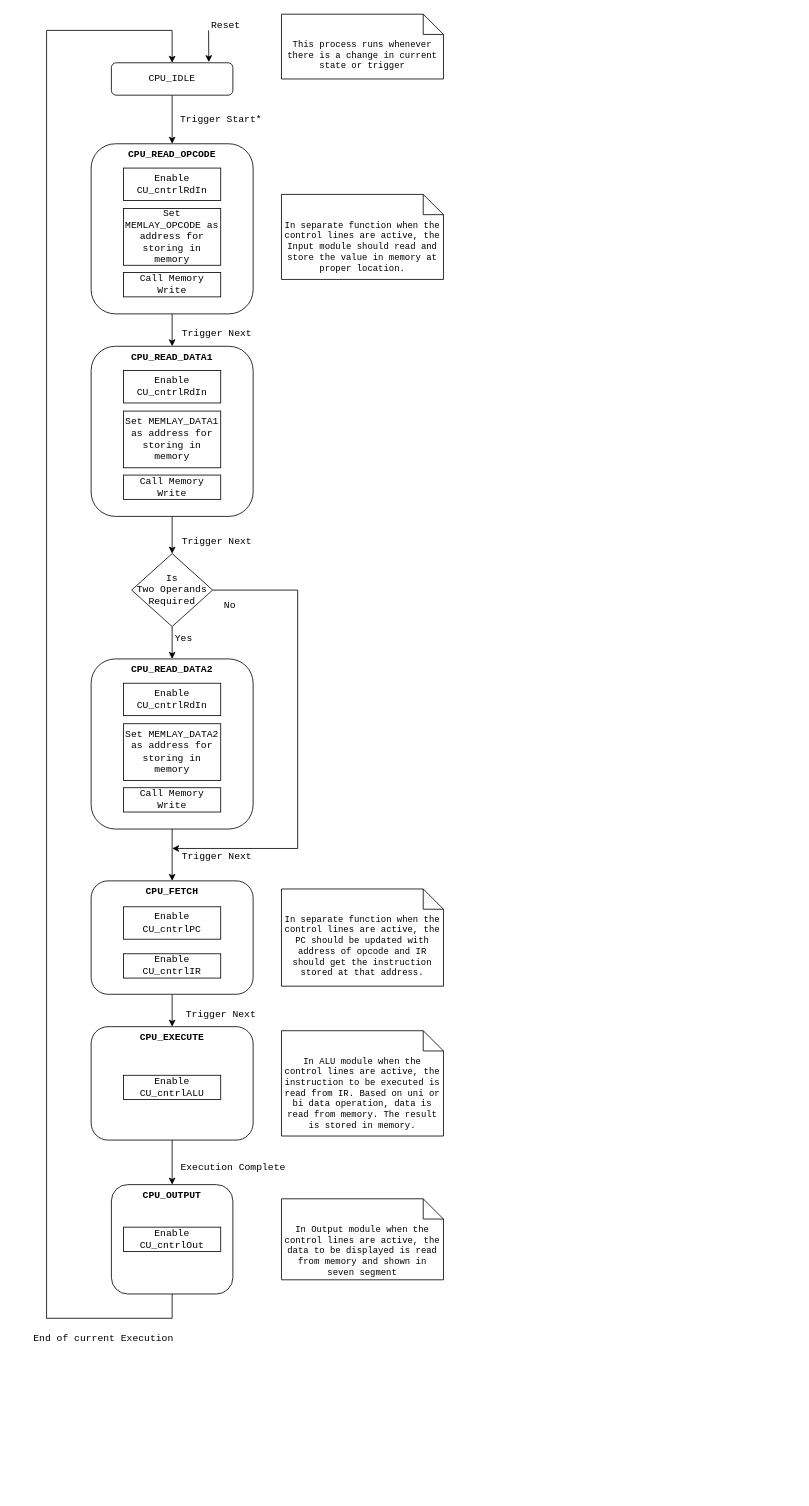
This is page "CU State Flow" (1 of 4) of 04_ControlUnit_v1/Untitled Diagram.drawio from Vichu95/Basic_CPU_FPGA, a draw.io file, before an edit. Source tidied: cells renumbered, new cells numbered last; positions are measured from the earlier drawing's top-left corner, leaving out a move shared by most shapes. Both pictures are drawn from the tidied source at 81%, with x=0, y=0 at pixel (22, 14).
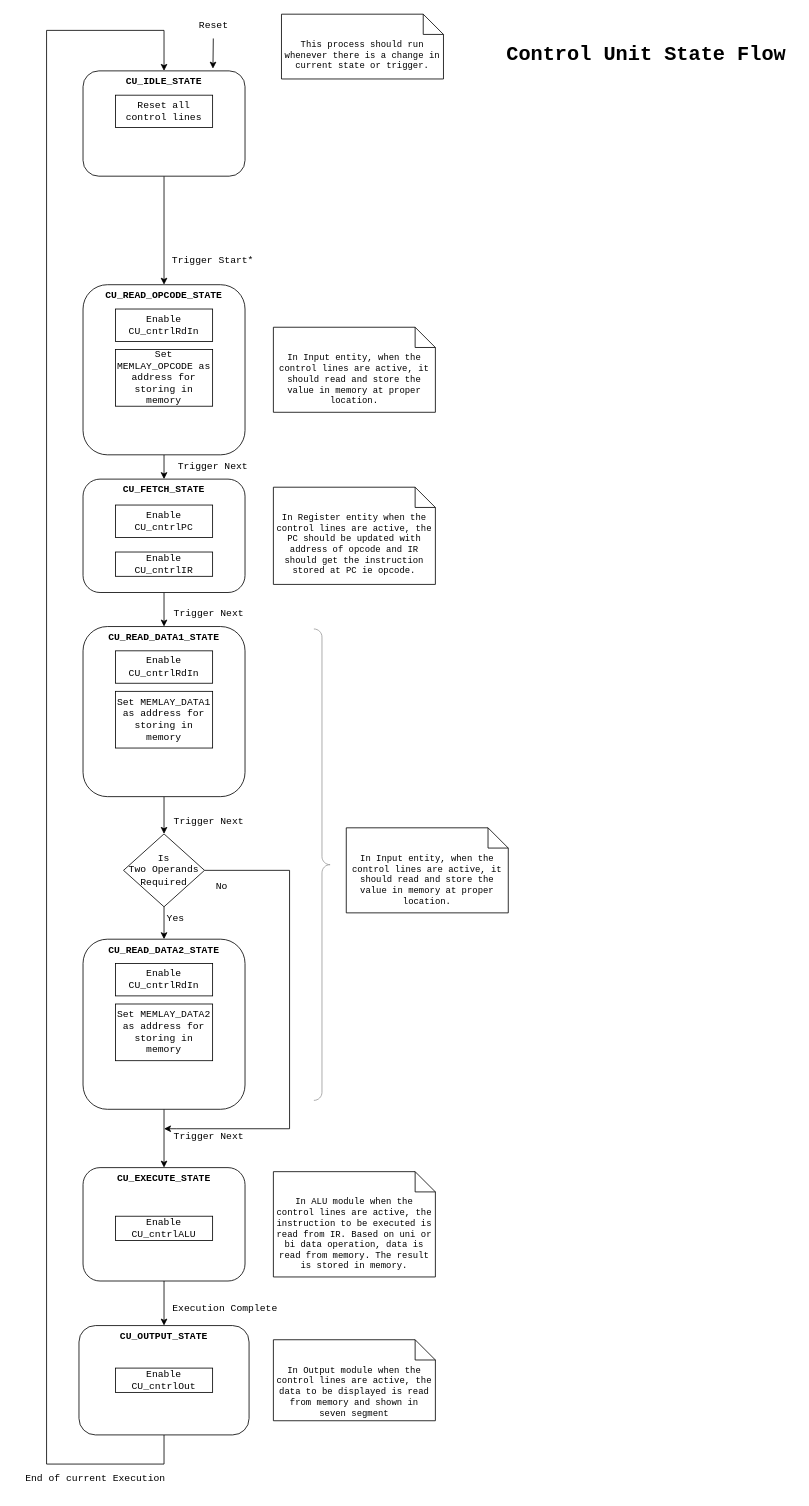
The same page after the edit.

Commit message (it also covers changes not shown here):
Added Register to Block Diagram, its flow, overal updated CU

The edit, as a diff of the source:
```diff
@@
-    <mxCell id="3" value="CPU_IDLE" style="rounded=1;whiteSpace=wrap;html=1;fontSize=12;glass=0;strokeWidth=1;shadow=0;fontFamily=Courier New;" parent="1" vertex="1">
-      <mxGeometry x="110" y="60" width="150" height="40" as="geometry" />
+    <mxCell id="3" value="CU_IDLE_STATE" style="rounded=1;whiteSpace=wrap;html=1;fontSize=12;glass=0;strokeWidth=1;shadow=0;fontFamily=Courier New;fontStyle=1;verticalAlign=top;" parent="1" vertex="1">
+      <mxGeometry x="75" y="70" width="200" height="130" as="geometry" />
     </mxCell>
-    <mxCell id="4" style="edgeStyle=orthogonalEdgeStyle;rounded=0;jettySize=auto;html=1;exitX=0.5;exitY=1;exitDx=0;exitDy=0;entryX=0.5;entryY=0;entryDx=0;entryDy=0;fontFamily=Courier New;" parent="1" edge="1" source="5" target="27">
-      <mxGeometry relative="1" as="geometry" />
-    </mxCell>
+    <mxCell id="48" style="edgeStyle=none;rounded=0;jettySize=auto;html=1;exitX=0.5;exitY=1;exitDx=0;exitDy=0;entryX=0.5;entryY=0;entryDx=0;entryDy=0;strokeWidth=1;fontFamily=Courier New;fontSize=13;startArrow=none;startFill=0;endArrow=classic;endFill=1;startSize=6;endSize=6;sourcePerimeterSpacing=0;targetPerimeterSpacing=0;" parent="1" edge="1" source="5" target="51">
+      <mxGeometry relative="1" as="geometry" />
+    </mxCell>
-    <mxCell id="5" value="CPU_READ_OPCODE" style="rounded=1;whiteSpace=wrap;html=1;fontSize=12;glass=0;strokeWidth=1;shadow=0;verticalAlign=top;fontStyle=1;fontFamily=Courier New;" parent="1" vertex="1">
-      <mxGeometry x="85" y="160" width="200" height="210" as="geometry" />
+    <mxCell id="5" value="CU_READ_OPCODE_STATE" style="rounded=1;whiteSpace=wrap;html=1;fontSize=12;glass=0;strokeWidth=1;shadow=0;verticalAlign=top;fontStyle=1;fontFamily=Courier New;" parent="1" vertex="1">
+      <mxGeometry x="75" y="334" width="200" height="210" as="geometry" />
     </mxCell>
@@
-    <mxCell id="8" value="CPU_EXECUTE" style="rounded=1;whiteSpace=wrap;html=1;fontSize=12;glass=0;strokeWidth=1;shadow=0;fontFamily=Courier New;verticalAlign=top;fontStyle=1;" parent="1" vertex="1">
-      <mxGeometry x="85" y="1250" width="200" height="140" as="geometry" />
+    <mxCell id="8" value="CU_EXECUTE_STATE" style="rounded=1;whiteSpace=wrap;html=1;fontSize=12;glass=0;strokeWidth=1;shadow=0;fontFamily=Courier New;verticalAlign=top;fontStyle=1;" parent="1" vertex="1">
+      <mxGeometry x="75" y="1424" width="200" height="140" as="geometry" />
     </mxCell>
     <mxCell id="9" style="edgeStyle=orthogonalEdgeStyle;rounded=0;jettySize=auto;html=1;exitX=0.5;exitY=1;exitDx=0;exitDy=0;entryX=0.5;entryY=0;entryDx=0;entryDy=0;fontFamily=Courier New;" parent="1" edge="1" source="10" target="3">
       <mxGeometry relative="1" as="geometry">
         <Array as="points">
-          <mxPoint x="185" y="1610" />
-          <mxPoint x="30" y="1610" />
+          <mxPoint x="175" y="1790" />
+          <mxPoint x="30" y="1790" />
           <mxPoint x="30" y="20" />
-          <mxPoint x="185" y="20" />
+          <mxPoint x="175" y="20" />
         </Array>
       </mxGeometry>
     </mxCell>
-    <mxCell id="10" value="CPU_OUTPUT" style="rounded=1;whiteSpace=wrap;html=1;fontSize=12;glass=0;strokeWidth=1;shadow=0;fontFamily=Courier New;verticalAlign=top;fontStyle=1;" parent="1" vertex="1">
-      <mxGeometry x="110" y="1445" width="150" height="135" as="geometry" />
+    <mxCell id="10" value="CU_OUTPUT_STATE" style="rounded=1;whiteSpace=wrap;html=1;fontSize=12;glass=0;strokeWidth=1;shadow=0;fontFamily=Courier New;verticalAlign=top;fontStyle=1;" parent="1" vertex="1">
+      <mxGeometry x="70" y="1619" width="210" height="135" as="geometry" />
     </mxCell>
     <mxCell id="11" value="Trigger Start*" style="text;html=1;align=center;verticalAlign=middle;strokeColor=none;fillColor=none;fontFamily=Courier New;" parent="1" vertex="1">
-      <mxGeometry x="185" y="116" width="120" height="30" as="geometry" />
+      <mxGeometry x="175" y="290" width="120" height="30" as="geometry" />
     </mxCell>
     <mxCell id="12" value="Trigger Next" style="text;html=1;align=center;verticalAlign=middle;strokeColor=none;fillColor=none;fontFamily=Courier New;" parent="1" vertex="1">
-      <mxGeometry x="185" y="380" width="110" height="30" as="geometry" />
+      <mxGeometry x="175" y="726" width="110" height="30" as="geometry" />
     </mxCell>
@@
     <mxCell id="14" style="edgeStyle=orthogonalEdgeStyle;rounded=0;jettySize=auto;html=1;exitX=1;exitY=0.5;exitDx=0;exitDy=0;fontFamily=Courier New;" parent="1" edge="1" source="15">
       <mxGeometry relative="1" as="geometry">
-        <mxPoint x="185" y="1030" as="targetPoint" />
+        <mxPoint x="175" y="1376" as="targetPoint" />
         <Array as="points">
-          <mxPoint x="340" y="711" />
-          <mxPoint x="340" y="1030" />
-          <mxPoint x="200" y="1030" />
+          <mxPoint x="330" y="1057" />
+          <mxPoint x="330" y="1376" />
+          <mxPoint x="190" y="1376" />
         </Array>
       </mxGeometry>
     </mxCell>
     <mxCell id="15" value="Is &lt;br&gt;Two Operands Required" style="rhombus;whiteSpace=wrap;html=1;fontFamily=Courier New;" parent="1" vertex="1">
-      <mxGeometry x="135" y="666" width="100" height="90" as="geometry" />
+      <mxGeometry x="125" y="1012" width="100" height="90" as="geometry" />
     </mxCell>
     <mxCell id="16" value="Yes" style="text;html=1;align=center;verticalAlign=middle;strokeColor=none;fillColor=none;fontFamily=Courier New;" parent="1" vertex="1">
-      <mxGeometry x="174" y="756" width="50" height="30" as="geometry" />
+      <mxGeometry x="164" y="1102" width="50" height="30" as="geometry" />
     </mxCell>
     <mxCell id="17" value="No" style="text;html=1;align=center;verticalAlign=middle;strokeColor=none;fillColor=none;fontFamily=Courier New;" parent="1" vertex="1">
-      <mxGeometry x="236" y="716" width="40" height="30" as="geometry" />
+      <mxGeometry x="226" y="1062" width="40" height="30" as="geometry" />
     </mxCell>
     <mxCell id="18" value="Trigger Next" style="text;html=1;align=center;verticalAlign=middle;strokeColor=none;fillColor=none;fontFamily=Courier New;" parent="1" vertex="1">
-      <mxGeometry x="185" y="636" width="110" height="30" as="geometry" />
+      <mxGeometry x="175" y="982" width="110" height="30" as="geometry" />
     </mxCell>
     <mxCell id="19" value="Trigger Next" style="text;html=1;align=center;verticalAlign=middle;strokeColor=none;fillColor=none;fontFamily=Courier New;" parent="1" vertex="1">
-      <mxGeometry x="185" y="1025" width="110" height="30" as="geometry" />
+      <mxGeometry x="175" y="1371" width="110" height="30" as="geometry" />
     </mxCell>
     <mxCell id="20" value="Execution Complete" style="text;html=1;align=center;verticalAlign=middle;strokeColor=none;fillColor=none;fontFamily=Courier New;" parent="1" vertex="1">
-      <mxGeometry x="185" y="1410" width="150" height="30" as="geometry" />
+      <mxGeometry x="175" y="1584" width="150" height="30" as="geometry" />
     </mxCell>
     <mxCell id="21" value="End of current Execution" style="text;html=1;align=center;verticalAlign=middle;strokeColor=none;fillColor=none;fontFamily=Courier New;" parent="1" vertex="1">
-      <mxGeometry y="1620" width="200" height="30" as="geometry" />
+      <mxGeometry x="-10" y="1794" width="200" height="30" as="geometry" />
     </mxCell>
-    <mxCell id="22" style="endArrow=classic;html=1;rounded=0;entryX=0.802;entryY=-0.021;entryDx=0;entryDy=0;entryPerimeter=0;fontFamily=Courier New;" parent="1" edge="1" target="3">
-      <mxGeometry relative="1" as="geometry">
-        <mxPoint x="230" y="20" as="sourcePoint" />
-      </mxGeometry>
+    <mxCell id="22" style="endArrow=classic;html=1;rounded=0;entryX=0.802;entryY=-0.021;entryDx=0;entryDy=0;entryPerimeter=0;fontFamily=Courier New;" parent="1" edge="1" source="23" target="3">
+      <mxGeometry relative="1" as="geometry" />
     </mxCell>
     <mxCell id="23" value="Reset" style="text;html=1;align=center;verticalAlign=middle;points=[];strokeColor=none;fillColor=none;fontFamily=Courier New;" parent="1" vertex="1">
-      <mxGeometry x="221" width="60" height="30" as="geometry" />
+      <mxGeometry x="206" width="60" height="30" as="geometry" />
     </mxCell>
     <mxCell id="24" value="Enable CU_cntrlRdIn" style="rounded=0;whiteSpace=wrap;html=1;fontFamily=Courier New;" parent="1" vertex="1">
-      <mxGeometry x="125" y="190" width="120" height="40" as="geometry" />
+      <mxGeometry x="115" y="364" width="120" height="40" as="geometry" />
     </mxCell>
     <mxCell id="25" value="Set MEMLAY_OPCODE as address for storing in memory" style="rounded=0;whiteSpace=wrap;html=1;fontFamily=Courier New;" parent="1" vertex="1">
-      <mxGeometry x="125" y="240" width="120" height="70" as="geometry" />
+      <mxGeometry x="115" y="414" width="120" height="70" as="geometry" />
     </mxCell>
-    <mxCell id="26" value="Call Memory Write" style="rounded=0;whiteSpace=wrap;html=1;fontFamily=Courier New;" parent="1" vertex="1">
-      <mxGeometry x="125" y="319" width="120" height="30" as="geometry" />
-    </mxCell>
-    <mxCell id="27" value="CPU_READ_DATA1" style="rounded=1;whiteSpace=wrap;html=1;fontSize=12;glass=0;strokeWidth=1;shadow=0;verticalAlign=top;fontStyle=1;fontFamily=Courier New;" parent="1" vertex="1">
-      <mxGeometry x="85" y="410" width="200" height="210" as="geometry" />
+    <mxCell id="27" value="CU_READ_DATA1_STATE" style="rounded=1;whiteSpace=wrap;html=1;fontSize=12;glass=0;strokeWidth=1;shadow=0;verticalAlign=top;fontStyle=1;fontFamily=Courier New;" parent="1" vertex="1">
+      <mxGeometry x="75" y="756" width="200" height="210" as="geometry" />
     </mxCell>
     <mxCell id="28" value="Enable CU_cntrlRdIn" style="rounded=0;whiteSpace=wrap;html=1;fontFamily=Courier New;" parent="1" vertex="1">
-      <mxGeometry x="125" y="440" width="120" height="40" as="geometry" />
+      <mxGeometry x="115" y="786" width="120" height="40" as="geometry" />
     </mxCell>
     <mxCell id="29" value="Set MEMLAY_DATA1 as address for storing in memory" style="rounded=0;whiteSpace=wrap;html=1;fontFamily=Courier New;" parent="1" vertex="1">
-      <mxGeometry x="125" y="490" width="120" height="70" as="geometry" />
+      <mxGeometry x="115" y="836" width="120" height="70" as="geometry" />
     </mxCell>
-    <mxCell id="30" value="Call Memory Write" style="rounded=0;whiteSpace=wrap;html=1;fontFamily=Courier New;" parent="1" vertex="1">
-      <mxGeometry x="125" y="569" width="120" height="30" as="geometry" />
-    </mxCell>
-    <mxCell id="31" style="edgeStyle=orthogonalEdgeStyle;rounded=0;jettySize=auto;html=1;exitX=0.5;exitY=1;exitDx=0;exitDy=0;entryX=0.5;entryY=0;entryDx=0;entryDy=0;fontFamily=Courier New;" parent="1" edge="1" source="32" target="38">
+    <mxCell id="31" style="edgeStyle=orthogonalEdgeStyle;rounded=0;jettySize=auto;html=1;exitX=0.5;exitY=1;exitDx=0;exitDy=0;entryX=0.5;entryY=0;entryDx=0;entryDy=0;fontFamily=Courier New;" parent="1" edge="1" source="32" target="8">
       <mxGeometry relative="1" as="geometry" />
     </mxCell>
-    <mxCell id="32" value="CPU_READ_DATA2" style="rounded=1;whiteSpace=wrap;html=1;fontSize=12;glass=0;strokeWidth=1;shadow=0;verticalAlign=top;fontStyle=1;fontFamily=Courier New;" parent="1" vertex="1">
-      <mxGeometry x="85" y="796" width="200" height="210" as="geometry" />
+    <mxCell id="32" value="CU_READ_DATA2_STATE" style="rounded=1;whiteSpace=wrap;html=1;fontSize=12;glass=0;strokeWidth=1;shadow=0;verticalAlign=top;fontStyle=1;fontFamily=Courier New;" parent="1" vertex="1">
+      <mxGeometry x="75" y="1142" width="200" height="210" as="geometry" />
     </mxCell>
     <mxCell id="33" value="Enable CU_cntrlRdIn" style="rounded=0;whiteSpace=wrap;html=1;fontFamily=Courier New;" parent="1" vertex="1">
-      <mxGeometry x="125" y="826" width="120" height="40" as="geometry" />
+      <mxGeometry x="115" y="1172" width="120" height="40" as="geometry" />
     </mxCell>
     <mxCell id="34" value="Set MEMLAY_DATA2 as address for storing in memory" style="rounded=0;whiteSpace=wrap;html=1;fontFamily=Courier New;" parent="1" vertex="1">
-      <mxGeometry x="125" y="876" width="120" height="70" as="geometry" />
+      <mxGeometry x="115" y="1222" width="120" height="70" as="geometry" />
     </mxCell>
-    <mxCell id="35" value="Call Memory Write" style="rounded=0;whiteSpace=wrap;html=1;fontFamily=Courier New;" parent="1" vertex="1">
-      <mxGeometry x="125" y="955" width="120" height="30" as="geometry" />
-    </mxCell>
-    <mxCell id="36" value="Trigger Next" style="text;html=1;align=center;verticalAlign=middle;strokeColor=none;fillColor=none;fontFamily=Courier New;" parent="1" vertex="1">
-      <mxGeometry x="190" y="1220" width="110" height="30" as="geometry" />
-    </mxCell>
-    <mxCell id="37" style="edgeStyle=orthogonalEdgeStyle;rounded=0;jettySize=auto;html=1;exitX=0.5;exitY=1;exitDx=0;exitDy=0;fontFamily=Courier New;" parent="1" edge="1" source="38" target="8">
-      <mxGeometry relative="1" as="geometry" />
-    </mxCell>
-    <mxCell id="38" value="CPU_FETCH" style="rounded=1;whiteSpace=wrap;html=1;fontSize=12;glass=0;strokeWidth=1;shadow=0;verticalAlign=top;fontStyle=1;fontFamily=Courier New;" parent="1" vertex="1">
-      <mxGeometry x="85" y="1070" width="200" height="140" as="geometry" />
-    </mxCell>
-    <mxCell id="39" value="Enable CU_cntrlPC" style="rounded=0;whiteSpace=wrap;html=1;fontFamily=Courier New;" parent="1" vertex="1">
-      <mxGeometry x="125" y="1102" width="120" height="40" as="geometry" />
-    </mxCell>
-    <mxCell id="40" value="Enable CU_cntrlIR" style="rounded=0;whiteSpace=wrap;html=1;fontFamily=Courier New;" parent="1" vertex="1">
-      <mxGeometry x="125" y="1160" width="120" height="30" as="geometry" />
-    </mxCell>
     <mxCell id="41" value="Enable CU_cntrlALU" style="rounded=0;whiteSpace=wrap;html=1;fontFamily=Courier New;" parent="1" vertex="1">
-      <mxGeometry x="125" y="1310" width="120" height="30" as="geometry" />
+      <mxGeometry x="115" y="1484" width="120" height="30" as="geometry" />
     </mxCell>
-    <mxCell id="42" value="In separate function when the control lines are active, the PC should be updated with address of opcode and IR should get the instruction stored at that address." style="shape=note2;boundedLbl=1;whiteSpace=wrap;html=1;size=25;verticalAlign=top;align=center;fontFamily=Courier New;fontSize=11;" parent="1" vertex="1">
-      <mxGeometry x="320" y="1080" width="200" height="120" as="geometry" />
-    </mxCell>
-    <mxCell id="43" value="In separate function when the control lines are active, the Input module should read and store the value in memory at proper location." style="shape=note2;boundedLbl=1;whiteSpace=wrap;html=1;size=25;verticalAlign=top;align=center;fontFamily=Courier New;fontSize=11;" parent="1" vertex="1">
-      <mxGeometry x="320" y="222.5" width="200" height="105" as="geometry" />
+    <mxCell id="43" value="In Input entity, when the control lines are active, it should read and store the value in memory at proper location." style="shape=note2;boundedLbl=1;whiteSpace=wrap;html=1;size=25;verticalAlign=top;align=center;fontFamily=Courier New;fontSize=11;" parent="1" vertex="1">
+      <mxGeometry x="400" y="1004.5" width="200" height="105" as="geometry" />
     </mxCell>
     <mxCell id="44" value="In ALU module when the control lines are active, the instruction to be executed is read from IR. Based on uni or bi data operation, data is read from memory. The result is stored in memory." style="shape=note2;boundedLbl=1;whiteSpace=wrap;html=1;size=25;verticalAlign=top;align=center;fontFamily=Courier New;fontSize=11;" parent="1" vertex="1">
-      <mxGeometry x="320" y="1255" width="200" height="130" as="geometry" />
+      <mxGeometry x="310" y="1429" width="200" height="130" as="geometry" />
     </mxCell>
     <mxCell id="45" value="Enable CU_cntrlOut" style="rounded=0;whiteSpace=wrap;html=1;fontFamily=Courier New;" parent="1" vertex="1">
-      <mxGeometry x="125" y="1497.5" width="120" height="30" as="geometry" />
+      <mxGeometry x="115" y="1671.5" width="120" height="30" as="geometry" />
     </mxCell>
     <mxCell id="46" value="In Output module when the control lines are active, the data to be displayed is read from memory and shown in seven segment" style="shape=note2;boundedLbl=1;whiteSpace=wrap;html=1;size=25;verticalAlign=top;align=center;fontFamily=Courier New;fontSize=11;" parent="1" vertex="1">
-      <mxGeometry x="320" y="1462.5" width="200" height="100" as="geometry" />
+      <mxGeometry x="310" y="1636.5" width="200" height="100" as="geometry" />
     </mxCell>
-    <mxCell id="47" value="This process runs whenever there is a change in current state or trigger" style="shape=note2;boundedLbl=1;whiteSpace=wrap;html=1;size=25;verticalAlign=top;align=center;fontFamily=Courier New;fontSize=11;" parent="1" vertex="1">
+    <mxCell id="47" value="This process should run whenever there is a change in current state or trigger." style="shape=note2;boundedLbl=1;whiteSpace=wrap;html=1;size=25;verticalAlign=top;align=center;fontFamily=Courier New;fontSize=11;" parent="1" vertex="1">
       <mxGeometry x="320" width="200" height="80" as="geometry" />
     </mxCell>
+    <mxCell id="49" style="labelPosition=right;align=left;strokeWidth=1;shape=mxgraph.mockup.markup.curlyBrace;html=1;shadow=0;dashed=0;strokeColor=#999999;direction=north;fontFamily=Courier New;fontSize=13;rotation=-180;" parent="1" vertex="1">
+      <mxGeometry x="360" y="759" width="20" height="582" as="geometry" />
+    </mxCell>
+    <mxCell id="50" style="edgeStyle=none;rounded=0;jettySize=auto;html=1;exitX=0.5;exitY=1;exitDx=0;exitDy=0;entryX=0.5;entryY=0;entryDx=0;entryDy=0;strokeWidth=1;fontFamily=Courier New;fontSize=13;startArrow=none;startFill=0;endArrow=classic;endFill=1;startSize=6;endSize=6;sourcePerimeterSpacing=0;targetPerimeterSpacing=0;" parent="1" edge="1" source="51" target="27">
+      <mxGeometry relative="1" as="geometry" />
+    </mxCell>
+    <mxCell id="51" value="CU_FETCH_STATE" style="rounded=1;whiteSpace=wrap;html=1;fontSize=12;glass=0;strokeWidth=1;shadow=0;verticalAlign=top;fontStyle=1;fontFamily=Courier New;" parent="1" vertex="1">
+      <mxGeometry x="75" y="574" width="200" height="140" as="geometry" />
+    </mxCell>
+    <mxCell id="39" value="Enable CU_cntrlPC" style="rounded=0;whiteSpace=wrap;html=1;fontFamily=Courier New;" parent="1" vertex="1">
+      <mxGeometry x="115" y="606" width="120" height="40" as="geometry" />
+    </mxCell>
+    <mxCell id="40" value="Enable CU_cntrlIR" style="rounded=0;whiteSpace=wrap;html=1;fontFamily=Courier New;" parent="1" vertex="1">
+      <mxGeometry x="115" y="664" width="120" height="30" as="geometry" />
+    </mxCell>
+    <mxCell id="52" value="In Register entity when the control lines are active, the PC should be updated with address of opcode and IR should get the instruction stored at PC ie opcode." style="shape=note2;boundedLbl=1;whiteSpace=wrap;html=1;size=25;verticalAlign=top;align=center;fontFamily=Courier New;fontSize=11;" parent="1" vertex="1">
+      <mxGeometry x="310" y="584" width="200" height="120" as="geometry" />
+    </mxCell>
+    <mxCell id="36" value="Trigger Next" style="text;html=1;align=center;verticalAlign=middle;strokeColor=none;fillColor=none;fontFamily=Courier New;" parent="1" vertex="1">
+      <mxGeometry x="180" y="544" width="110" height="30" as="geometry" />
+    </mxCell>
+    <mxCell id="53" value="In Input entity, when the control lines are active, it should read and store the value in memory at proper location." style="shape=note2;boundedLbl=1;whiteSpace=wrap;html=1;size=25;verticalAlign=top;align=center;fontFamily=Courier New;fontSize=11;" parent="1" vertex="1">
+      <mxGeometry x="310" y="386.5" width="200" height="105" as="geometry" />
+    </mxCell>
+    <mxCell id="54" value="Reset all control lines" style="rounded=0;whiteSpace=wrap;html=1;fontFamily=Courier New;" parent="1" vertex="1">
+      <mxGeometry x="115" y="100" width="120" height="40" as="geometry" />
+    </mxCell>
+    <mxCell id="55" value="&lt;b&gt;Control Unit State Flow&lt;/b&gt;" style="text;html=1;align=center;verticalAlign=middle;strokeColor=none;fillColor=none;fontSize=25;fontFamily=Courier New;" parent="1" vertex="1">
+      <mxGeometry x="585" y="30" width="370" height="40" as="geometry" />
+    </mxCell>
```
